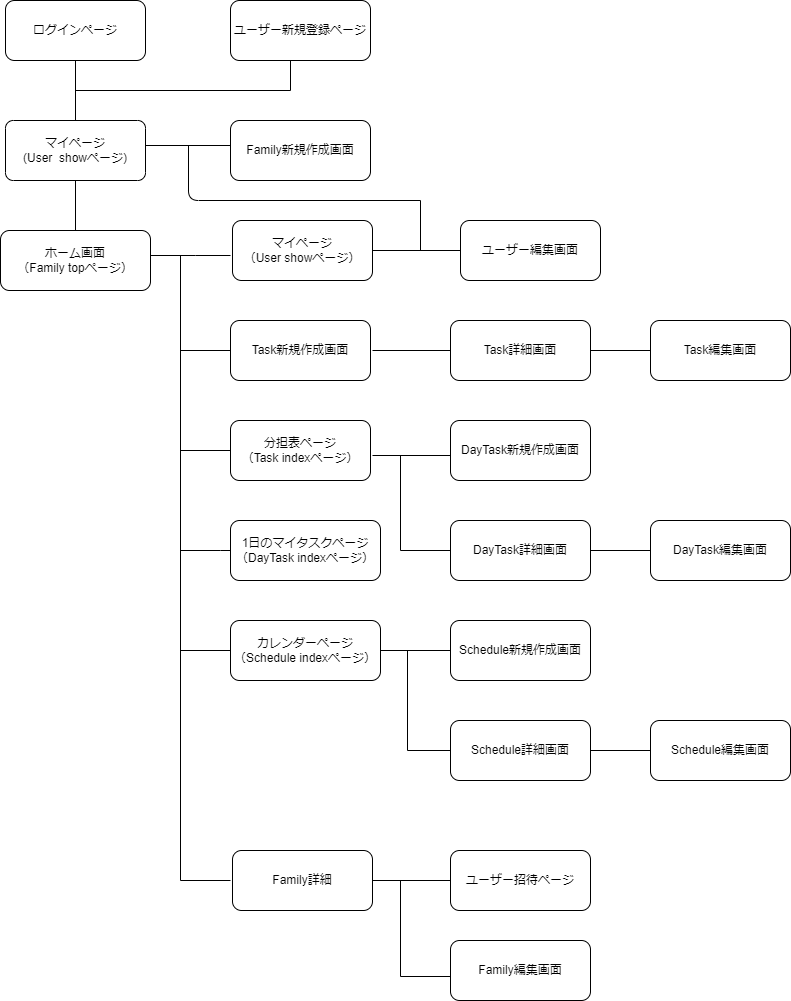
Above: screen_transition.drawio.png in shiratama317/chesk (draw.io), before the change. Source tidied: cells renumbered, new cells last; positions are measured from the earlier drawing's top-left corner, leaving out a move shared by most shapes.
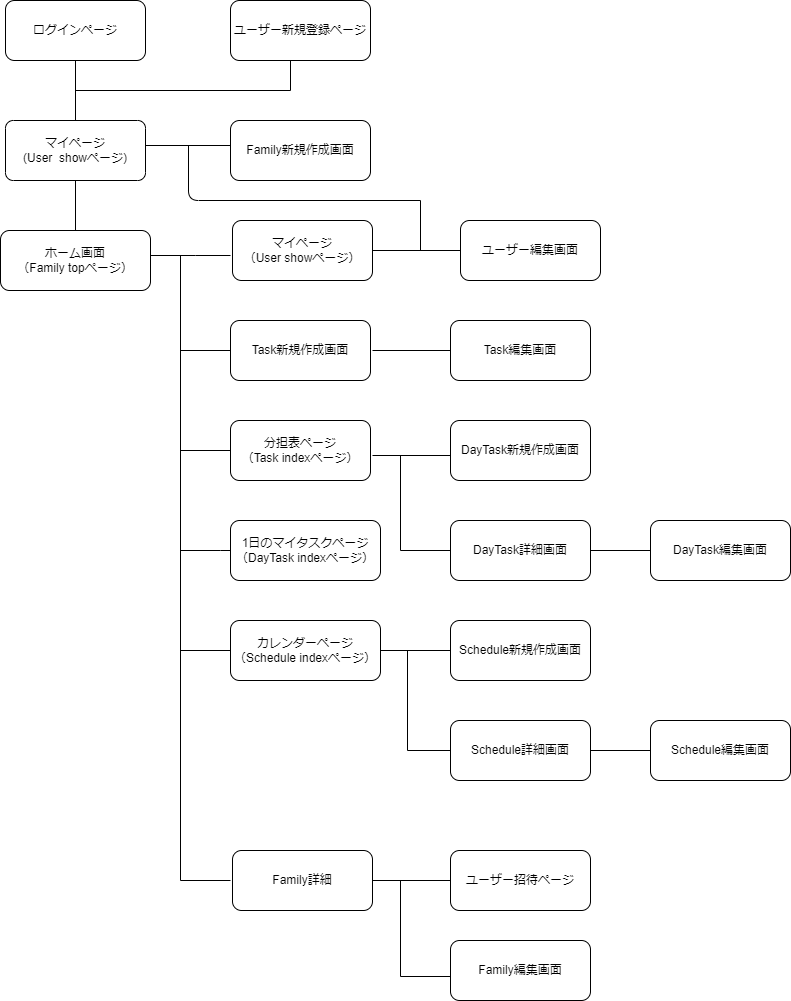
After the commit.

What changed in the source:
```diff
@@ -53,11 +53,8 @@
       <mxGeometry x="450" y="850" width="140" height="60" as="geometry" />
     </mxCell>
     <mxCell id="17" value="Task編集画面" style="rounded=1;whiteSpace=wrap;html=1;" parent="1" vertex="1">
-      <mxGeometry x="650" y="320" width="140" height="60" as="geometry" />
+      <mxGeometry x="450" y="320" width="140" height="60" as="geometry" />
     </mxCell>
-    <mxCell id="18" value="Task詳細画面" style="rounded=1;whiteSpace=wrap;html=1;" parent="1" vertex="1">
-      <mxGeometry x="450" y="320" width="140" height="60" as="geometry" />
-    </mxCell>
     <mxCell id="19" value="DayTask新規作成画面" style="rounded=1;whiteSpace=wrap;html=1;" parent="1" vertex="1">
       <mxGeometry x="450" y="420" width="140" height="60" as="geometry" />
     </mxCell>
@@ -124,9 +121,6 @@
     <mxCell id="35" style="line;strokeWidth=1;html=1;perimeter=backbonePerimeter;points=[];outlineConnect=0;" parent="1" vertex="1">
       <mxGeometry x="372" y="875" width="78" height="10" as="geometry" />
     </mxCell>
-    <mxCell id="36" style="line;strokeWidth=1;html=1;perimeter=backbonePerimeter;" parent="1" vertex="1">
-      <mxGeometry x="590" y="345" width="60" height="10" as="geometry" />
-    </mxCell>
     <mxCell id="37" style="line;strokeWidth=1;html=1;perimeter=backbonePerimeter;" parent="1" vertex="1">
       <mxGeometry x="590" y="545" width="60" height="10" as="geometry" />
     </mxCell>
```
